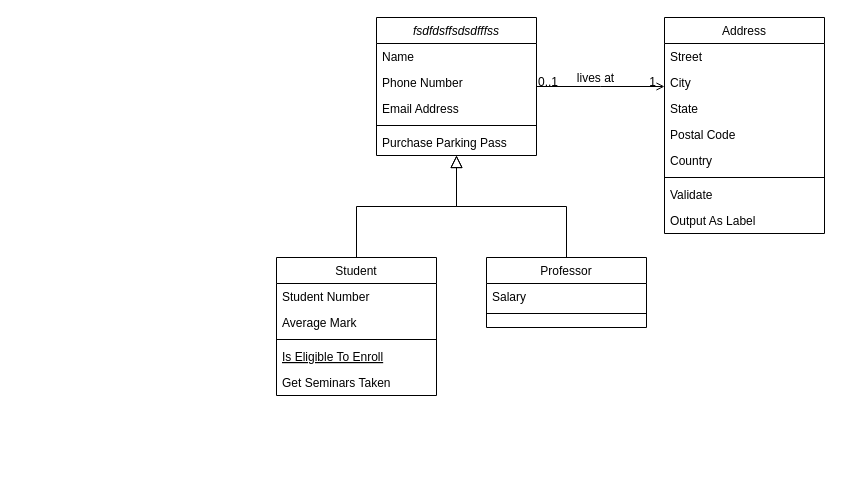
Earlier version of the draw.io diagram UML Diagram.drawio (huchu501/Space_Battle). Source tidied: cells renumbered, new cells numbered last; positions are measured from the earlier drawing's top-left corner, leaving out a move shared by most shapes. Both pictures are drawn from the tidied source at 100%, with x=0, y=0 at pixel (276, 17).
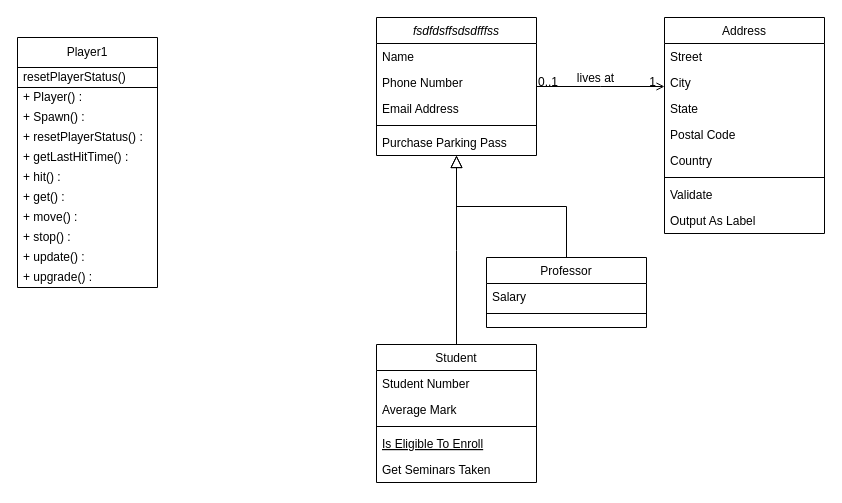
After the change.

What changed in the source:
```diff
@@
     <mxCell id="8" value="Student" style="swimlane;fontStyle=0;align=center;verticalAlign=top;horizontal=1;startSize=26;rounded=0;shadow=0;strokeWidth=1;" parent="1" vertex="1">
-      <mxGeometry y="240" width="160" height="138" as="geometry" />
+      <mxGeometry x="100" y="327" width="160" height="138" as="geometry" />
     </mxCell>
@@
+    <mxCell id="32" value="Player1" style="swimlane;fontStyle=0;horizontal=1;startSize=30;whiteSpace=wrap;html=1;" parent="1" vertex="1">
+      <mxGeometry x="-259" y="20" width="140" height="250" as="geometry" />
+    </mxCell>
+    <mxCell id="33" value="resetPlayerStatus()" style="text;strokeColor=default;fillColor=none;align=left;verticalAlign=middle;spacingLeft=4;spacingRight=4;overflow=hidden;whiteSpace=wrap;html=1;" parent="32" vertex="1">
+      <mxGeometry y="30" width="140" height="20" as="geometry" />
+    </mxCell>
+    <mxCell id="34" value="+ Player() :" style="text;strokeColor=none;fillColor=none;align=left;verticalAlign=middle;spacingLeft=4;spacingRight=4;overflow=hidden;whiteSpace=wrap;html=1;" parent="32" vertex="1">
+      <mxGeometry y="50" width="140" height="20" as="geometry" />
+    </mxCell>
+    <mxCell id="35" value="+ Spawn() :" style="text;strokeColor=none;fillColor=none;align=left;verticalAlign=middle;spacingLeft=4;spacingRight=4;overflow=hidden;whiteSpace=wrap;html=1;" parent="32" vertex="1">
+      <mxGeometry y="70" width="140" height="20" as="geometry" />
+    </mxCell>
+    <mxCell id="36" value="+ resetPlayerStatus() :" style="text;strokeColor=none;fillColor=none;align=left;verticalAlign=middle;spacingLeft=4;spacingRight=4;overflow=hidden;whiteSpace=wrap;html=1;" parent="32" vertex="1">
+      <mxGeometry y="90" width="140" height="20" as="geometry" />
+    </mxCell>
+    <mxCell id="37" value="+ getLastHitTime() :" style="text;strokeColor=none;fillColor=none;align=left;verticalAlign=middle;spacingLeft=4;spacingRight=4;overflow=hidden;whiteSpace=wrap;html=1;" parent="32" vertex="1">
+      <mxGeometry y="110" width="140" height="20" as="geometry" />
+    </mxCell>
+    <mxCell id="38" value="+ hit() :" style="text;strokeColor=none;fillColor=none;align=left;verticalAlign=middle;spacingLeft=4;spacingRight=4;overflow=hidden;whiteSpace=wrap;html=1;" parent="32" vertex="1">
+      <mxGeometry y="130" width="140" height="20" as="geometry" />
+    </mxCell>
+    <mxCell id="39" value="+ get() :" style="text;strokeColor=none;fillColor=none;align=left;verticalAlign=middle;spacingLeft=4;spacingRight=4;overflow=hidden;whiteSpace=wrap;html=1;" parent="32" vertex="1">
+      <mxGeometry y="150" width="140" height="20" as="geometry" />
+    </mxCell>
+    <mxCell id="40" value="+ move() :" style="text;strokeColor=none;fillColor=none;align=left;verticalAlign=middle;spacingLeft=4;spacingRight=4;overflow=hidden;whiteSpace=wrap;html=1;" parent="32" vertex="1">
+      <mxGeometry y="170" width="140" height="20" as="geometry" />
+    </mxCell>
+    <mxCell id="41" value="+ stop() :" style="text;strokeColor=none;fillColor=none;align=left;verticalAlign=middle;spacingLeft=4;spacingRight=4;overflow=hidden;whiteSpace=wrap;html=1;" parent="32" vertex="1">
+      <mxGeometry y="190" width="140" height="20" as="geometry" />
+    </mxCell>
+    <mxCell id="42" value="+ update() :" style="text;strokeColor=none;fillColor=none;align=left;verticalAlign=middle;spacingLeft=4;spacingRight=4;overflow=hidden;whiteSpace=wrap;html=1;" parent="32" vertex="1">
+      <mxGeometry y="210" width="140" height="20" as="geometry" />
+    </mxCell>
+    <mxCell id="43" value="+ upgrade() :" style="text;strokeColor=none;fillColor=none;align=left;verticalAlign=middle;spacingLeft=4;spacingRight=4;overflow=hidden;whiteSpace=wrap;html=1;" parent="32" vertex="1">
+      <mxGeometry y="230" width="140" height="20" as="geometry" />
+    </mxCell>
```
